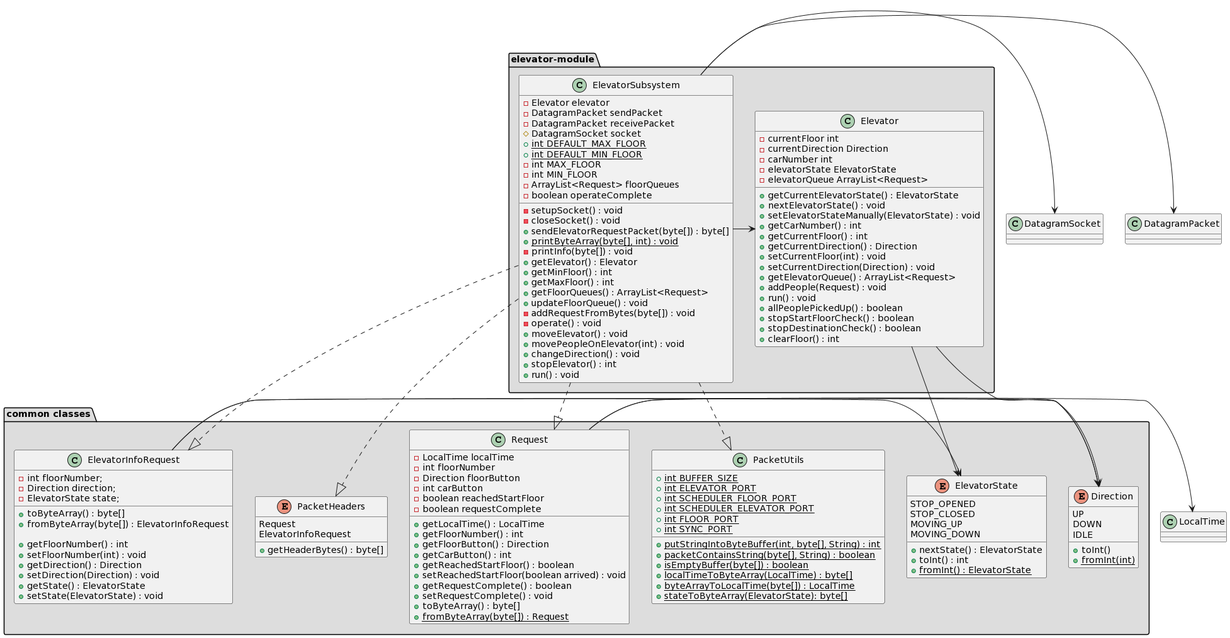
Above: iteration2+/diagrams/elevator_module_class_diagram.png in w4est/elevator-simulator (PlantUML), before the change. The source it was exported from:
```plantuml
@startuml
package "elevator-module" #DDDDDD {
  class ElevatorSubsystem {
    - Elevator elevator
    - DatagramPacket sendPacket
    - DatagramPacket receivePacket
    # DatagramSocket socket
    + {static} int DEFAULT_MAX_FLOOR
    + {static} int DEFAULT_MIN_FLOOR
    - int MAX_FLOOR
    - int MIN_FLOOR
    - ArrayList<Request> floorQueues
    - boolean operateComplete

    - setupSocket() : void
    - closeSocket() : void
    + sendElevatorRequestPacket(byte[]) : byte[]
    + {static} printByteArray(byte[], int) : void
    - printInfo(byte[]) : void
    + getElevator() : Elevator
    + getMinFloor() : int
    + getMaxFloor() : int
    + getFloorQueues() : ArrayList<Request>
    + updateFloorQueue() : void
    - addRequestFromBytes(byte[]) : void
    - operate() : void
    + moveElevator() : void
    + movePeopleOnElevator(int) : void
    + changeDirection() : void
    + stopElevator() : int
    + run() : void
  }
  class Elevator {
    - currentFloor int
    - currentDirection Direction
    - carNumber int
    - elevatorState ElevatorState
    - elevatorQueue ArrayList<Request>

    + getCurrentElevatorState() : ElevatorState
    + nextElevatorState() : void
    + setElevatorStateManually(ElevatorState) : void
    + getCarNumber() : int
    + getCurrentFloor() : int
    + getCurrentDirection() : Direction
    + setCurrentFloor(int) : void
    + setCurrentDirection(Direction) : void
    + getElevatorQueue() : ArrayList<Request>
    + addPeople(Request) : void
    + run() : void
    + allPeoplePickedUp() : boolean
    + stopStartFloorCheck() : boolean
    + stopDestinationCheck() : boolean
    + clearFloor() : int
  }
}

package "common classes" #DDDDDD {
  class Request {

}

class Request {
    - LocalTime localTime
    - int floorNumber
    - Direction floorButton
    - int carButton
    - boolean reachedStartFloor
    - boolean requestComplete

    + getLocalTime() : LocalTime
    + getFloorNumber() : int
    + getFloorButton() : Direction
    + getCarButton() : int
    + getReachedStartFloor() : boolean
    + setReachedStartFloor(boolean arrived) : void
    + getRequestComplete() : boolean
    + setRequestComplete() : void
    + toByteArray() : byte[]
    + {static} fromByteArray(byte[]) : Request
}

class ElevatorInfoRequest {
    - int floorNumber;
    - Direction direction;
    - ElevatorState state;

    + toByteArray() : byte[]
    + fromByteArray(byte[]) : ElevatorInfoRequest

    + getFloorNumber() : int
    + setFloorNumber(int) : void
    + getDirection() : Direction
    + setDirection(Direction) : void
    + getState() : ElevatorState
    + setState(ElevatorState) : void
}

enum Direction {
   UP
   DOWN
   IDLE

   + toInt()
   + {static} fromInt(int)
}

class PacketUtils {
    + {static} int BUFFER_SIZE
    + {static} int ELEVATOR_PORT
    + {static} int SCHEDULER_FLOOR_PORT
    + {static} int SCHEDULER_ELEVATOR_PORT
    + {static} int FLOOR_PORT
    + {static} int SYNC_PORT

    + {static} putStringIntoByteBuffer(int, byte[], String) : int
    + {static} packetContainsString(byte[], String) : boolean
    + {static} isEmptyBuffer(byte[]) : boolean
    + {static} localTimeToByteArray(LocalTime) : byte[]
    + {static} byteArrayToLocalTime(byte[]) : LocalTime
    + {static} stateToByteArray(ElevatorState): byte[]
}

enum PacketHeaders {
   Request
   ElevatorInfoRequest

   + getHeaderBytes() : byte[]
}

enum ElevatorState {
   STOP_OPENED
   STOP_CLOSED
   MOVING_UP
   MOVING_DOWN

   + nextState() : ElevatorState
   + toInt() : int
   + {static} fromInt() : ElevatorState
}

   Request -> Direction
   ElevatorInfoRequest -> Direction
   ElevatorInfoRequest -> ElevatorState
}


Request -> LocalTime
ElevatorSubsystem -> Elevator
Elevator -> ElevatorState
ElevatorSubsystem ..|> ElevatorInfoRequest
ElevatorSubsystem ..|> Request
ElevatorSubsystem ..|> PacketUtils
ElevatorSubsystem ..|> PacketHeaders
Elevator -> Direction
ElevatorSubsystem -> DatagramSocket
ElevatorSubsystem -> DatagramPacket
@enduml
```
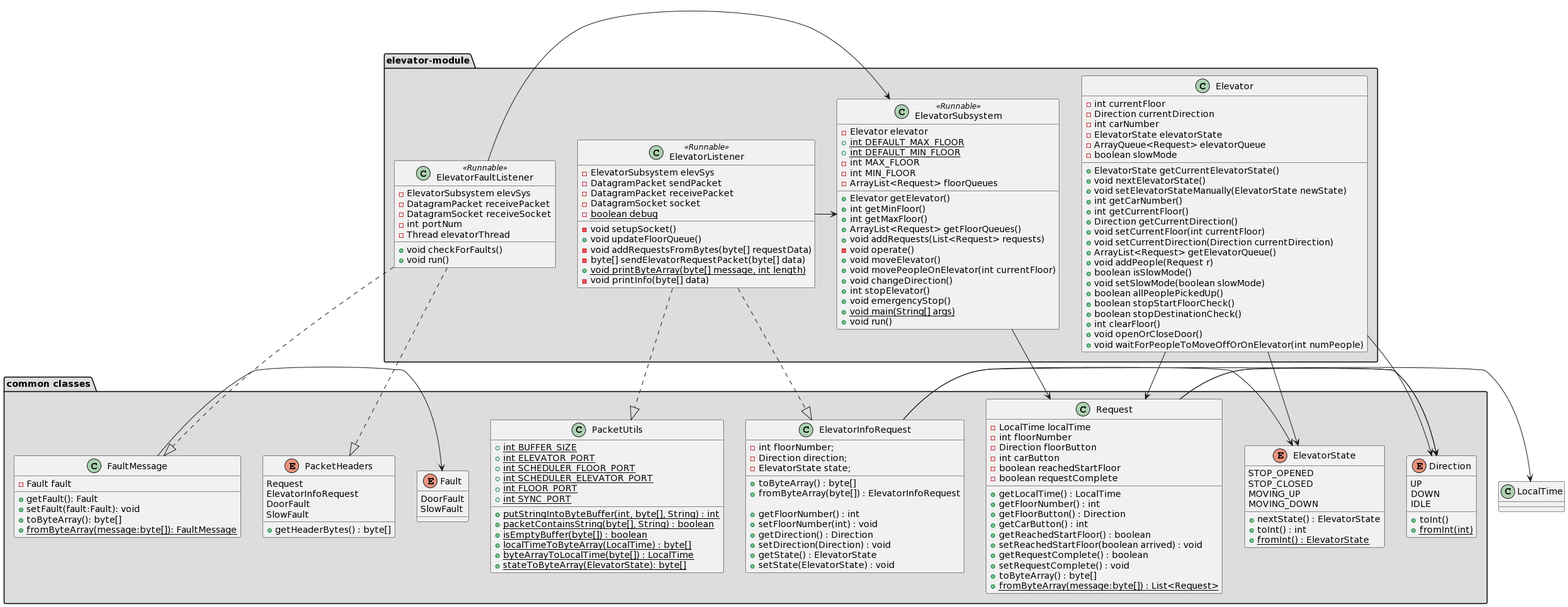
After the commit.

Commit message:
Cleaned up comments and have Common and Elevator diagrams

The edit, as a diff of the source:
```diff
@@ -1,66 +1,93 @@
 @startuml
-package "elevator-module" #DDDDDD {
-  class ElevatorSubsystem {
+package "elevator-module" #DDDDDD  {
+
+
+class ElevatorSubsystem <<Runnable>> {
     - Elevator elevator
-    - DatagramPacket sendPacket
-    - DatagramPacket receivePacket
-    # DatagramSocket socket
     + {static} int DEFAULT_MAX_FLOOR
     + {static} int DEFAULT_MIN_FLOOR
     - int MAX_FLOOR
     - int MIN_FLOOR
     - ArrayList<Request> floorQueues
-    - boolean operateComplete
 
-    - setupSocket() : void
-    - closeSocket() : void
-    + sendElevatorRequestPacket(byte[]) : byte[]
-    + {static} printByteArray(byte[], int) : void
-    - printInfo(byte[]) : void
-    + getElevator() : Elevator
-    + getMinFloor() : int
-    + getMaxFloor() : int
-    + getFloorQueues() : ArrayList<Request>
-    + updateFloorQueue() : void
-    - addRequestFromBytes(byte[]) : void
-    - operate() : void
-    + moveElevator() : void
-    + movePeopleOnElevator(int) : void
-    + changeDirection() : void
-    + stopElevator() : int
-    + run() : void
-  }
-  class Elevator {
-    - currentFloor int
-    - currentDirection Direction
-    - carNumber int
-    - elevatorState ElevatorState
-    - elevatorQueue ArrayList<Request>
+    + Elevator getElevator()
+    + int getMinFloor()
+    + int getMaxFloor()
+    + ArrayList<Request> getFloorQueues()
+    + void addRequests(List<Request> requests)
+    - void operate()
+    + void moveElevator()
+    + void movePeopleOnElevator(int currentFloor)
+    + void changeDirection()
+    + int stopElevator()
+    + void emergencyStop()
+    + {static} void main(String[] args)
+    + void run()
+}
 
-    + getCurrentElevatorState() : ElevatorState
-    + nextElevatorState() : void
-    + setElevatorStateManually(ElevatorState) : void
-    + getCarNumber() : int
-    + getCurrentFloor() : int
-    + getCurrentDirection() : Direction
-    + setCurrentFloor(int) : void
-    + setCurrentDirection(Direction) : void
-    + getElevatorQueue() : ArrayList<Request>
-    + addPeople(Request) : void
-    + run() : void
-    + allPeoplePickedUp() : boolean
-    + stopStartFloorCheck() : boolean
-    + stopDestinationCheck() : boolean
-    + clearFloor() : int
-  }
+class Elevator {
+    - int currentFloor
+    - Direction currentDirection
+    - int carNumber
+    - ElevatorState elevatorState
+    - ArrayQueue<Request> elevatorQueue
+    - boolean slowMode
+
+    + ElevatorState getCurrentElevatorState()
+    + void nextElevatorState()
+    + void setElevatorStateManually(ElevatorState newState)
+    + int getCarNumber()
+    + int getCurrentFloor()
+    + Direction getCurrentDirection()
+    + void setCurrentFloor(int currentFloor)
+    + void setCurrentDirection(Direction currentDirection)
+    + ArrayList<Request> getElevatorQueue()
+    + void addPeople(Request r)
+    + boolean isSlowMode()
+    + void setSlowMode(boolean slowMode)
+    + boolean allPeoplePickedUp()
+    + boolean stopStartFloorCheck()
+    + boolean stopDestinationCheck()
+    + int clearFloor()
+    + void openOrCloseDoor()
+    + void waitForPeopleToMoveOffOrOnElevator(int numPeople)
 }
+
+class ElevatorListener <<Runnable>> {
+    - ElevatorSubsystem elevSys
+    - DatagramPacket sendPacket
+    - DatagramPacket receivePacket
+    - DatagramSocket socket
+    - {static} boolean debug
+
+    - void setupSocket()
+    + void updateFloorQueue()
+    - void addRequestsFromBytes(byte[] requestData)
+    - byte[] sendElevatorRequestPacket(byte[] data)
+    + {static} void printByteArray(byte[] message, int length)
+    - void printInfo(byte[] data)
+}
+
+class ElevatorFaultListener <<Runnable>> {
+    - ElevatorSubsystem elevSys
+    - DatagramPacket receivePacket
+    - DatagramSocket receiveSocket
+    - int portNum
+    - Thread elevatorThread
+
+    + void checkForFaults()
+    + void run()
+}
+
+
+}
+
+
+
+
 
 package "common classes" #DDDDDD {
   class Request {
-
-}
-
-class Request {
     - LocalTime localTime
     - int floorNumber
     - Direction floorButton
@@ -77,7 +104,7 @@
     + getRequestComplete() : boolean
     + setRequestComplete() : void
     + toByteArray() : byte[]
-    + {static} fromByteArray(byte[]) : Request
+    + {static} fromByteArray(message:byte[]) : List<Request>
 }
 
 class ElevatorInfoRequest {
@@ -121,9 +148,25 @@
     + {static} stateToByteArray(ElevatorState): byte[]
 }
 
+enum Fault {
+    DoorFault
+    SlowFault
+}
+
+class FaultMessage {
+    - Fault fault
+    + getFault(): Fault
+    + setFault(fault:Fault): void
+    + toByteArray(): byte[]
+    + {static} fromByteArray(message:byte[]): FaultMessage
+}
+
+
 enum PacketHeaders {
    Request
    ElevatorInfoRequest
+   DoorFault
+   SlowFault
 
    + getHeaderBytes() : byte[]
 }
@@ -144,15 +187,26 @@
    ElevatorInfoRequest -> ElevatorState
 }
 
+FaultMessage -> Fault
+
+
+
+Elevator -> ElevatorState
+Elevator -> Direction
+Elevator -> Request
+
+ElevatorListener -> ElevatorSubsystem
+ElevatorFaultListener -> ElevatorSubsystem
+ElevatorSubsystem -> Request
+ElevatorListener ..|> ElevatorInfoRequest
+ElevatorFaultListener  ..|> FaultMessage
+
+
+
+ElevatorListener  ..|> PacketUtils
+ElevatorFaultListener  ..|> PacketHeaders
+
+
 
 Request -> LocalTime
-ElevatorSubsystem -> Elevator
-Elevator -> ElevatorState
-ElevatorSubsystem ..|> ElevatorInfoRequest
-ElevatorSubsystem ..|> Request
-ElevatorSubsystem ..|> PacketUtils
-ElevatorSubsystem ..|> PacketHeaders
-Elevator -> Direction
-ElevatorSubsystem -> DatagramSocket
-ElevatorSubsystem -> DatagramPacket
 @enduml
```
